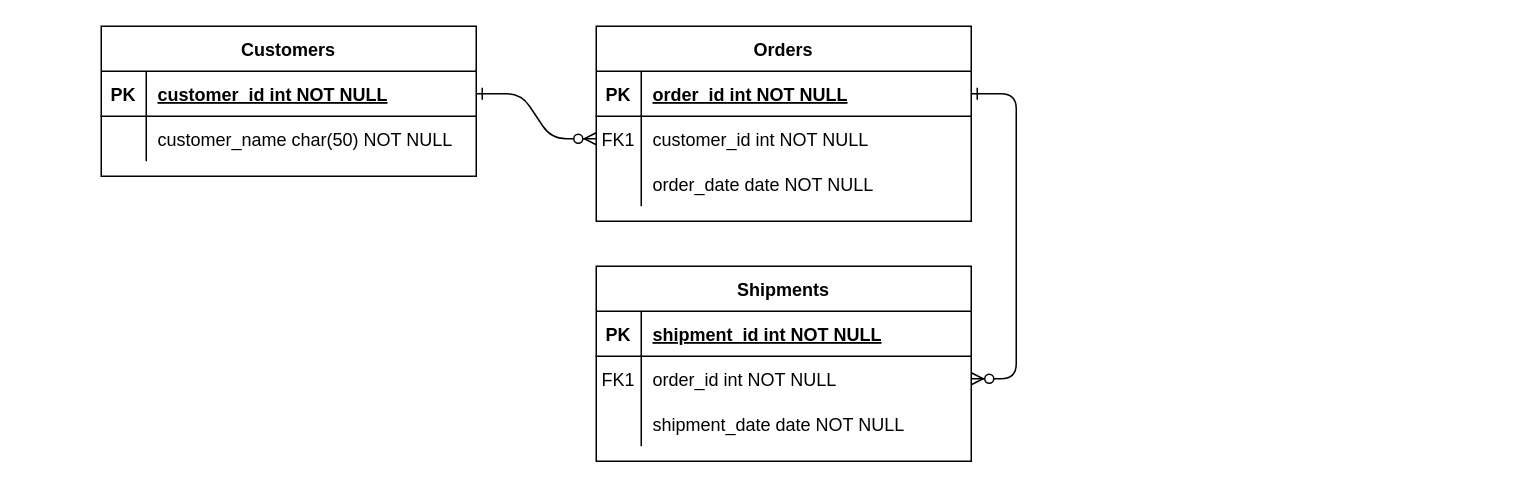
Earlier version of the draw.io diagram Diagramme sans nom.drawio (PingouinTrash/SAE-203-GitHub). Source tidied: cells renumbered, new cells numbered last; positions are measured from the earlier drawing's top-left corner, leaving out a move shared by most shapes. Both pictures are drawn from the tidied source at 150%, with x=0, y=0 at pixel (100, 26).
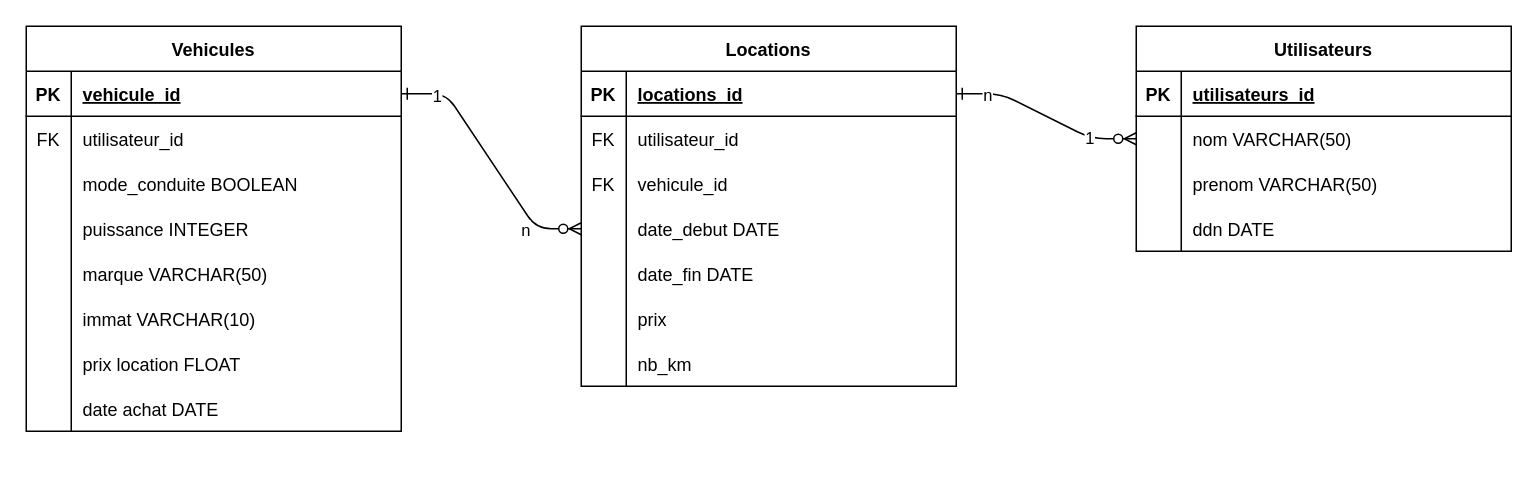
The same diagram, later.

Commit message:
Mettre à jour Diagramme sans nom.drawio

The change refers to these unchanged cells:
```xml
<mxCell id="5" style="shape=partialRectangle;fillColor=none;points=[[0,0.5],[1,0.5]];portConstraint=eastwest;top=0;left=0;right=0;bottom=1;" parent="4" vertex="1">
  <mxGeometry y="30" width="250" height="30" as="geometry" />
</mxCell>
<mxCell id="8" style="shape=partialRectangle;fillColor=none;points=[[0,0.5],[1,0.5]];portConstraint=eastwest;top=0;left=0;right=0;bottom=0;" parent="4" vertex="1">
  <mxGeometry y="60" width="250" height="30" as="geometry" />
</mxCell>
<mxCell id="11" style="shape=partialRectangle;fillColor=none;top=0;left=0;right=0;bottom=0;" parent="4" vertex="1">
  <mxGeometry y="90" width="250" height="30" as="geometry" />
</mxCell>
<mxCell id="15" style="shape=partialRectangle;fillColor=none;points=[[0,0.5],[1,0.5]];portConstraint=eastwest;top=0;left=0;right=0;bottom=1;" parent="14" vertex="1">
  <mxGeometry y="30" width="250" height="30" as="geometry" />
</mxCell>
<mxCell id="25" style="shape=partialRectangle;fillColor=none;points=[[0,0.5],[1,0.5]];portConstraint=eastwest;top=0;left=0;right=0;bottom=1;" parent="24" vertex="1">
  <mxGeometry y="30" width="250" height="30" as="geometry" />
</mxCell>
```

Diff of the diagram source:
```diff
@@
-    <mxCell id="2" style="edgeStyle=entityRelationEdgeStyle;endArrow=ERzeroToMany;startArrow=ERone;endFill=1;startFill=0;" parent="1" edge="1" source="25" target="8">
+    <mxCell id="2" style="edgeStyle=entityRelationEdgeStyle;endArrow=ERzeroToMany;startArrow=ERone;endFill=1;startFill=0;exitX=1;exitY=0.5;exitDx=0;exitDy=0;entryX=0;entryY=0.5;entryDx=0;entryDy=0;" parent="1" edge="1" source="15" target="8">
       <mxGeometry relative="1" as="geometry" />
     </mxCell>
+    <mxCell id="31" value="n" style="edgeLabel;html=1;align=center;verticalAlign=middle;" parent="2" vertex="1">
+      <mxGeometry x="-0.82" relative="1" as="geometry">
+        <mxPoint x="9" as="offset" />
+      </mxGeometry>
+    </mxCell>
+    <mxCell id="32" value="1" style="edgeLabel;html=1;align=center;verticalAlign=middle;" parent="2" vertex="1">
+      <mxGeometry x="0.69" y="1" relative="1" as="geometry">
+        <mxPoint x="-11" as="offset" />
+      </mxGeometry>
+    </mxCell>
-    <mxCell id="3" style="edgeStyle=entityRelationEdgeStyle;endArrow=ERzeroToMany;startArrow=ERone;endFill=1;startFill=0;" parent="1" edge="1" source="5" target="18">
+    <mxCell id="3" style="edgeStyle=entityRelationEdgeStyle;endArrow=ERzeroToMany;startArrow=ERone;endFill=1;startFill=0;exitX=1;exitY=0.5;exitDx=0;exitDy=0;" parent="1" edge="1" source="25" target="18">
       <mxGeometry relative="1" as="geometry" />
     </mxCell>
+    <mxCell id="33" value="n" style="edgeLabel;html=1;align=center;verticalAlign=middle;" parent="3" vertex="1">
+      <mxGeometry x="0.65" relative="1" as="geometry">
+        <mxPoint x="-8" as="offset" />
+      </mxGeometry>
+    </mxCell>
+    <mxCell id="34" value="1" style="edgeLabel;html=1;align=center;verticalAlign=middle;" parent="3" vertex="1">
+      <mxGeometry x="-0.84" y="-1" relative="1" as="geometry">
+        <mxPoint x="10" as="offset" />
+      </mxGeometry>
+    </mxCell>
-    <mxCell id="4" value="Orders" style="shape=table;startSize=30;childLayout=tableLayout;rowLines=0;fontStyle=1;align=center;" parent="1" vertex="1">
-      <mxGeometry x="330" width="250" height="130" as="geometry" />
+    <mxCell id="4" value="Utilisateurs" style="shape=table;startSize=30;childLayout=tableLayout;rowLines=0;fontStyle=1;align=center;" parent="1" vertex="1">
+      <mxGeometry x="690" width="250" height="150" as="geometry" />
     </mxCell>
@@
-    <mxCell id="7" value="order_id int NOT NULL " style="shape=partialRectangle;overflow=hidden;fillColor=none;top=0;left=0;bottom=0;right=0;align=left;spacingLeft=6;fontStyle=5;" parent="5" vertex="1">
+    <mxCell id="7" value="utilisateurs_id" style="shape=partialRectangle;overflow=hidden;fillColor=none;top=0;left=0;bottom=0;right=0;align=left;spacingLeft=6;fontStyle=5;" parent="5" vertex="1">
       <mxGeometry x="30" width="220" height="30" as="geometry" />
     </mxCell>
@@
-    <mxCell id="9" value="FK1" style="shape=partialRectangle;overflow=hidden;fillColor=none;top=0;left=0;bottom=0;right=0;" parent="8" vertex="1">
+    <mxCell id="9" style="shape=partialRectangle;overflow=hidden;fillColor=none;top=0;left=0;bottom=0;right=0;" parent="8" vertex="1">
       <mxGeometry width="30" height="30" as="geometry" />
     </mxCell>
-    <mxCell id="10" value="customer_id int NOT NULL" style="shape=partialRectangle;overflow=hidden;fillColor=none;top=0;left=0;bottom=0;right=0;align=left;spacingLeft=6;" parent="8" vertex="1">
+    <mxCell id="10" value="nom VARCHAR(50)" style="shape=partialRectangle;overflow=hidden;fillColor=none;top=0;left=0;bottom=0;right=0;align=left;spacingLeft=6;" parent="8" vertex="1">
       <mxGeometry x="30" width="220" height="30" as="geometry" />
     </mxCell>
@@
-    <mxCell id="13" value="order_date date NOT NULL" style="shape=partialRectangle;overflow=hidden;fillColor=none;top=0;left=0;bottom=0;right=0;align=left;spacingLeft=6;" parent="11" vertex="1">
+    <mxCell id="13" value="prenom VARCHAR(50)" style="shape=partialRectangle;overflow=hidden;fillColor=none;top=0;left=0;bottom=0;right=0;align=left;spacingLeft=6;" parent="11" vertex="1">
       <mxGeometry x="30" width="220" height="30" as="geometry" />
     </mxCell>
+    <mxCell id="35" style="shape=partialRectangle;fillColor=none;top=0;left=0;right=0;bottom=0;" parent="4" vertex="1">
+      <mxGeometry y="120" width="250" height="30" as="geometry" />
+    </mxCell>
+    <mxCell id="36" style="shape=partialRectangle;overflow=hidden;fillColor=none;top=0;left=0;bottom=0;right=0;" parent="35" vertex="1">
+      <mxGeometry width="30" height="30" as="geometry" />
+    </mxCell>
+    <mxCell id="37" value="ddn DATE" style="shape=partialRectangle;overflow=hidden;fillColor=none;top=0;left=0;bottom=0;right=0;align=left;spacingLeft=6;" parent="35" vertex="1">
+      <mxGeometry x="30" width="220" height="30" as="geometry" />
+    </mxCell>
-    <mxCell id="14" value="Shipments" style="shape=table;startSize=30;childLayout=tableLayout;rowLines=0;fontStyle=1;align=center;" parent="1" vertex="1">
-      <mxGeometry x="330" y="160" width="250" height="130" as="geometry" />
+    <mxCell id="14" value="Locations" style="shape=table;startSize=30;childLayout=tableLayout;rowLines=0;fontStyle=1;align=center;" parent="1" vertex="1">
+      <mxGeometry x="320" width="250" height="240" as="geometry" />
     </mxCell>
@@
-    <mxCell id="17" value="shipment_id int NOT NULL " style="shape=partialRectangle;overflow=hidden;fillColor=none;top=0;left=0;bottom=0;right=0;align=left;spacingLeft=6;fontStyle=5;" parent="15" vertex="1">
+    <mxCell id="17" value="locations_id" style="shape=partialRectangle;overflow=hidden;fillColor=none;top=0;left=0;bottom=0;right=0;align=left;spacingLeft=6;fontStyle=5;" parent="15" vertex="1">
       <mxGeometry x="30" width="220" height="30" as="geometry" />
     </mxCell>
+    <mxCell id="38" style="shape=partialRectangle;fillColor=none;top=0;left=0;right=0;bottom=0;" parent="14" vertex="1">
+      <mxGeometry y="60" width="250" height="30" as="geometry" />
+    </mxCell>
+    <mxCell id="39" value="FK" style="shape=partialRectangle;overflow=hidden;fillColor=none;top=0;left=0;bottom=0;right=0;" parent="38" vertex="1">
+      <mxGeometry width="30" height="30" as="geometry" />
+    </mxCell>
+    <mxCell id="40" value="utilisateur_id" style="shape=partialRectangle;overflow=hidden;fillColor=none;top=0;left=0;bottom=0;right=0;align=left;spacingLeft=6;" parent="38" vertex="1">
+      <mxGeometry x="30" width="220" height="30" as="geometry" />
+    </mxCell>
+    <mxCell id="41" style="shape=partialRectangle;fillColor=none;top=0;left=0;right=0;bottom=0;" parent="14" vertex="1">
+      <mxGeometry y="90" width="250" height="30" as="geometry" />
+    </mxCell>
+    <mxCell id="42" value="FK" style="shape=partialRectangle;overflow=hidden;fillColor=none;top=0;left=0;bottom=0;right=0;" parent="41" vertex="1">
+      <mxGeometry width="30" height="30" as="geometry" />
+    </mxCell>
+    <mxCell id="43" value="vehicule_id" style="shape=partialRectangle;overflow=hidden;fillColor=none;top=0;left=0;bottom=0;right=0;align=left;spacingLeft=6;" parent="41" vertex="1">
+      <mxGeometry x="30" width="220" height="30" as="geometry" />
+    </mxCell>
     <mxCell id="18" style="shape=partialRectangle;fillColor=none;points=[[0,0.5],[1,0.5]];portConstraint=eastwest;top=0;left=0;right=0;bottom=0;" parent="14" vertex="1">
-      <mxGeometry y="60" width="250" height="30" as="geometry" />
+      <mxGeometry y="120" width="250" height="30" as="geometry" />
     </mxCell>
-    <mxCell id="19" value="FK1" style="shape=partialRectangle;overflow=hidden;fillColor=none;top=0;left=0;bottom=0;right=0;" parent="18" vertex="1">
+    <mxCell id="19" style="shape=partialRectangle;overflow=hidden;fillColor=none;top=0;left=0;bottom=0;right=0;" parent="18" vertex="1">
       <mxGeometry width="30" height="30" as="geometry" />
     </mxCell>
-    <mxCell id="20" value="order_id int NOT NULL" style="shape=partialRectangle;overflow=hidden;fillColor=none;top=0;left=0;bottom=0;right=0;align=left;spacingLeft=6;" parent="18" vertex="1">
+    <mxCell id="20" value="date_debut DATE" style="shape=partialRectangle;overflow=hidden;fillColor=none;top=0;left=0;bottom=0;right=0;align=left;spacingLeft=6;" parent="18" vertex="1">
       <mxGeometry x="30" width="220" height="30" as="geometry" />
     </mxCell>
     <mxCell id="21" style="shape=partialRectangle;fillColor=none;top=0;left=0;right=0;bottom=0;" parent="14" vertex="1">
-      <mxGeometry y="90" width="250" height="30" as="geometry" />
+      <mxGeometry y="150" width="250" height="30" as="geometry" />
     </mxCell>
@@
-    <mxCell id="23" value="shipment_date date NOT NULL" style="shape=partialRectangle;overflow=hidden;fillColor=none;top=0;left=0;bottom=0;right=0;align=left;spacingLeft=6;" parent="21" vertex="1">
+    <mxCell id="23" value="date_fin DATE" style="shape=partialRectangle;overflow=hidden;fillColor=none;top=0;left=0;bottom=0;right=0;align=left;spacingLeft=6;" parent="21" vertex="1">
       <mxGeometry x="30" width="220" height="30" as="geometry" />
     </mxCell>
+    <mxCell id="44" style="shape=partialRectangle;fillColor=none;top=0;left=0;right=0;bottom=0;" parent="14" vertex="1">
+      <mxGeometry y="180" width="250" height="30" as="geometry" />
+    </mxCell>
+    <mxCell id="45" style="shape=partialRectangle;overflow=hidden;fillColor=none;top=0;left=0;bottom=0;right=0;" parent="44" vertex="1">
+      <mxGeometry width="30" height="30" as="geometry" />
+    </mxCell>
+    <mxCell id="46" value="prix" style="shape=partialRectangle;overflow=hidden;fillColor=none;top=0;left=0;bottom=0;right=0;align=left;spacingLeft=6;" parent="44" vertex="1">
+      <mxGeometry x="30" width="220" height="30" as="geometry" />
+    </mxCell>
+    <mxCell id="47" style="shape=partialRectangle;fillColor=none;top=0;left=0;right=0;bottom=0;" parent="14" vertex="1">
+      <mxGeometry y="210" width="250" height="30" as="geometry" />
+    </mxCell>
+    <mxCell id="48" style="shape=partialRectangle;overflow=hidden;fillColor=none;top=0;left=0;bottom=0;right=0;" parent="47" vertex="1">
+      <mxGeometry width="30" height="30" as="geometry" />
+    </mxCell>
+    <mxCell id="49" value="nb_km" style="shape=partialRectangle;overflow=hidden;fillColor=none;top=0;left=0;bottom=0;right=0;align=left;spacingLeft=6;" parent="47" vertex="1">
+      <mxGeometry x="30" width="220" height="30" as="geometry" />
+    </mxCell>
-    <mxCell id="24" value="Customers" style="shape=table;startSize=30;childLayout=tableLayout;rowLines=0;fontStyle=1;align=center;" parent="1" vertex="1">
-      <mxGeometry width="250" height="100" as="geometry" />
+    <mxCell id="24" value="Vehicules" style="shape=table;startSize=30;childLayout=tableLayout;rowLines=0;fontStyle=1;align=center;" parent="1" vertex="1">
+      <mxGeometry x="-50" width="250" height="270" as="geometry" />
     </mxCell>
@@
-    <mxCell id="27" value="customer_id int NOT NULL " style="shape=partialRectangle;overflow=hidden;fillColor=none;top=0;left=0;bottom=0;right=0;align=left;spacingLeft=6;fontStyle=5;" parent="25" vertex="1">
+    <mxCell id="27" value="vehicule_id" style="shape=partialRectangle;overflow=hidden;fillColor=none;top=0;left=0;bottom=0;right=0;align=left;spacingLeft=6;fontStyle=5;" parent="25" vertex="1">
       <mxGeometry x="30" width="220" height="30" as="geometry" />
     </mxCell>
+    <mxCell id="50" style="shape=partialRectangle;fillColor=none;top=0;left=0;right=0;bottom=0;" parent="24" vertex="1">
+      <mxGeometry y="60" width="250" height="30" as="geometry" />
+    </mxCell>
+    <mxCell id="51" value="FK" style="shape=partialRectangle;overflow=hidden;fillColor=none;top=0;left=0;bottom=0;right=0;" parent="50" vertex="1">
+      <mxGeometry width="30" height="30" as="geometry" />
+    </mxCell>
+    <mxCell id="52" value="utilisateur_id" style="shape=partialRectangle;overflow=hidden;fillColor=none;top=0;left=0;bottom=0;right=0;align=left;spacingLeft=6;" parent="50" vertex="1">
+      <mxGeometry x="30" width="220" height="30" as="geometry" />
+    </mxCell>
     <mxCell id="28" style="shape=partialRectangle;fillColor=none;top=0;left=0;right=0;bottom=0;" parent="24" vertex="1">
-      <mxGeometry y="60" width="250" height="30" as="geometry" />
+      <mxGeometry y="90" width="250" height="30" as="geometry" />
     </mxCell>
@@
-    <mxCell id="30" value="customer_name char(50) NOT NULL" style="shape=partialRectangle;overflow=hidden;fillColor=none;top=0;left=0;bottom=0;right=0;align=left;spacingLeft=6;" parent="28" vertex="1">
+    <mxCell id="30" value="mode_conduite BOOLEAN" style="shape=partialRectangle;overflow=hidden;fillColor=none;top=0;left=0;bottom=0;right=0;align=left;spacingLeft=6;" parent="28" vertex="1">
       <mxGeometry x="30" width="220" height="30" as="geometry" />
     </mxCell>
+    <mxCell id="53" style="shape=partialRectangle;fillColor=none;top=0;left=0;right=0;bottom=0;" parent="24" vertex="1">
+      <mxGeometry y="120" width="250" height="30" as="geometry" />
+    </mxCell>
+    <mxCell id="54" style="shape=partialRectangle;overflow=hidden;fillColor=none;top=0;left=0;bottom=0;right=0;" parent="53" vertex="1">
+      <mxGeometry width="30" height="30" as="geometry" />
+    </mxCell>
+    <mxCell id="55" value="puissance INTEGER" style="shape=partialRectangle;overflow=hidden;fillColor=none;top=0;left=0;bottom=0;right=0;align=left;spacingLeft=6;" parent="53" vertex="1">
+      <mxGeometry x="30" width="220" height="30" as="geometry" />
+    </mxCell>
+    <mxCell id="56" style="shape=partialRectangle;fillColor=none;top=0;left=0;right=0;bottom=0;" parent="24" vertex="1">
+      <mxGeometry y="150" width="250" height="30" as="geometry" />
+    </mxCell>
+    <mxCell id="57" style="shape=partialRectangle;overflow=hidden;fillColor=none;top=0;left=0;bottom=0;right=0;" parent="56" vertex="1">
+      <mxGeometry width="30" height="30" as="geometry" />
+    </mxCell>
+    <mxCell id="58" value="marque VARCHAR(50)" style="shape=partialRectangle;overflow=hidden;fillColor=none;top=0;left=0;bottom=0;right=0;align=left;spacingLeft=6;" parent="56" vertex="1">
+      <mxGeometry x="30" width="220" height="30" as="geometry" />
+    </mxCell>
+    <mxCell id="59" style="shape=partialRectangle;fillColor=none;top=0;left=0;right=0;bottom=0;" parent="24" vertex="1">
+      <mxGeometry y="180" width="250" height="30" as="geometry" />
+    </mxCell>
+    <mxCell id="60" style="shape=partialRectangle;overflow=hidden;fillColor=none;top=0;left=0;bottom=0;right=0;" parent="59" vertex="1">
+      <mxGeometry width="30" height="30" as="geometry" />
+    </mxCell>
+    <mxCell id="61" value="immat VARCHAR(10)" style="shape=partialRectangle;overflow=hidden;fillColor=none;top=0;left=0;bottom=0;right=0;align=left;spacingLeft=6;" parent="59" vertex="1">
+      <mxGeometry x="30" width="220" height="30" as="geometry" />
+    </mxCell>
+    <mxCell id="62" style="shape=partialRectangle;fillColor=none;top=0;left=0;right=0;bottom=0;" parent="24" vertex="1">
+      <mxGeometry y="210" width="250" height="30" as="geometry" />
+    </mxCell>
+    <mxCell id="63" style="shape=partialRectangle;overflow=hidden;fillColor=none;top=0;left=0;bottom=0;right=0;" parent="62" vertex="1">
+      <mxGeometry width="30" height="30" as="geometry" />
+    </mxCell>
+    <mxCell id="64" value="prix location FLOAT" style="shape=partialRectangle;overflow=hidden;fillColor=none;top=0;left=0;bottom=0;right=0;align=left;spacingLeft=6;" parent="62" vertex="1">
+      <mxGeometry x="30" width="220" height="30" as="geometry" />
+    </mxCell>
+    <mxCell id="65" style="shape=partialRectangle;fillColor=none;top=0;left=0;right=0;bottom=0;" parent="24" vertex="1">
+      <mxGeometry y="240" width="250" height="30" as="geometry" />
+    </mxCell>
+    <mxCell id="66" style="shape=partialRectangle;overflow=hidden;fillColor=none;top=0;left=0;bottom=0;right=0;" parent="65" vertex="1">
+      <mxGeometry width="30" height="30" as="geometry" />
+    </mxCell>
+    <mxCell id="67" value="date achat DATE" style="shape=partialRectangle;overflow=hidden;fillColor=none;top=0;left=0;bottom=0;right=0;align=left;spacingLeft=6;" parent="65" vertex="1">
+      <mxGeometry x="30" width="220" height="30" as="geometry" />
+    </mxCell>
```
